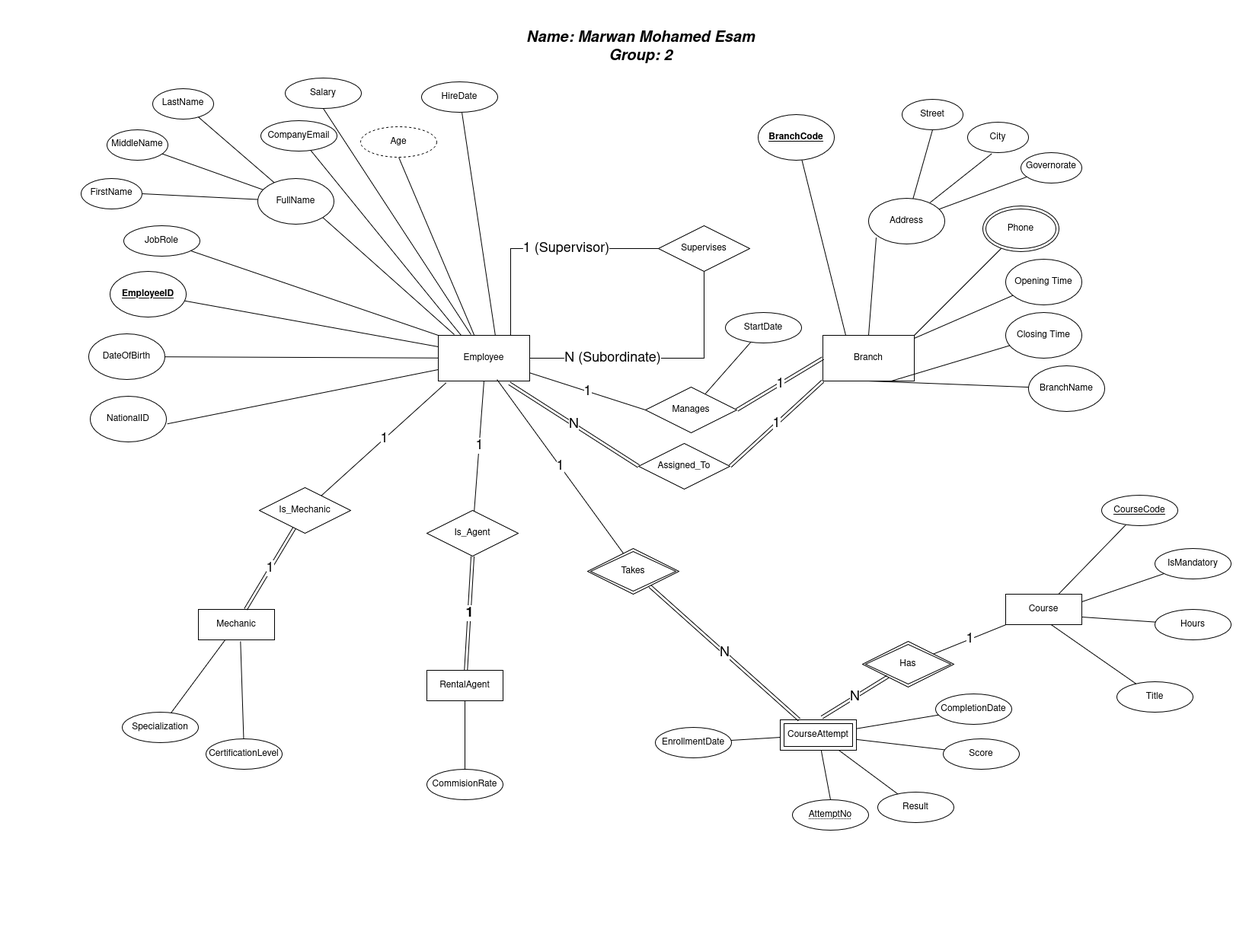
Above: exports/1-ERD-1-Staff.png in marwan-esam/marwan-esam-Database-Assignment-1 (draw.io), before the change. Source tidied: cells renumbered, new cells last; positions are measured from the earlier drawing's top-left corner, leaving out a move shared by most shapes.
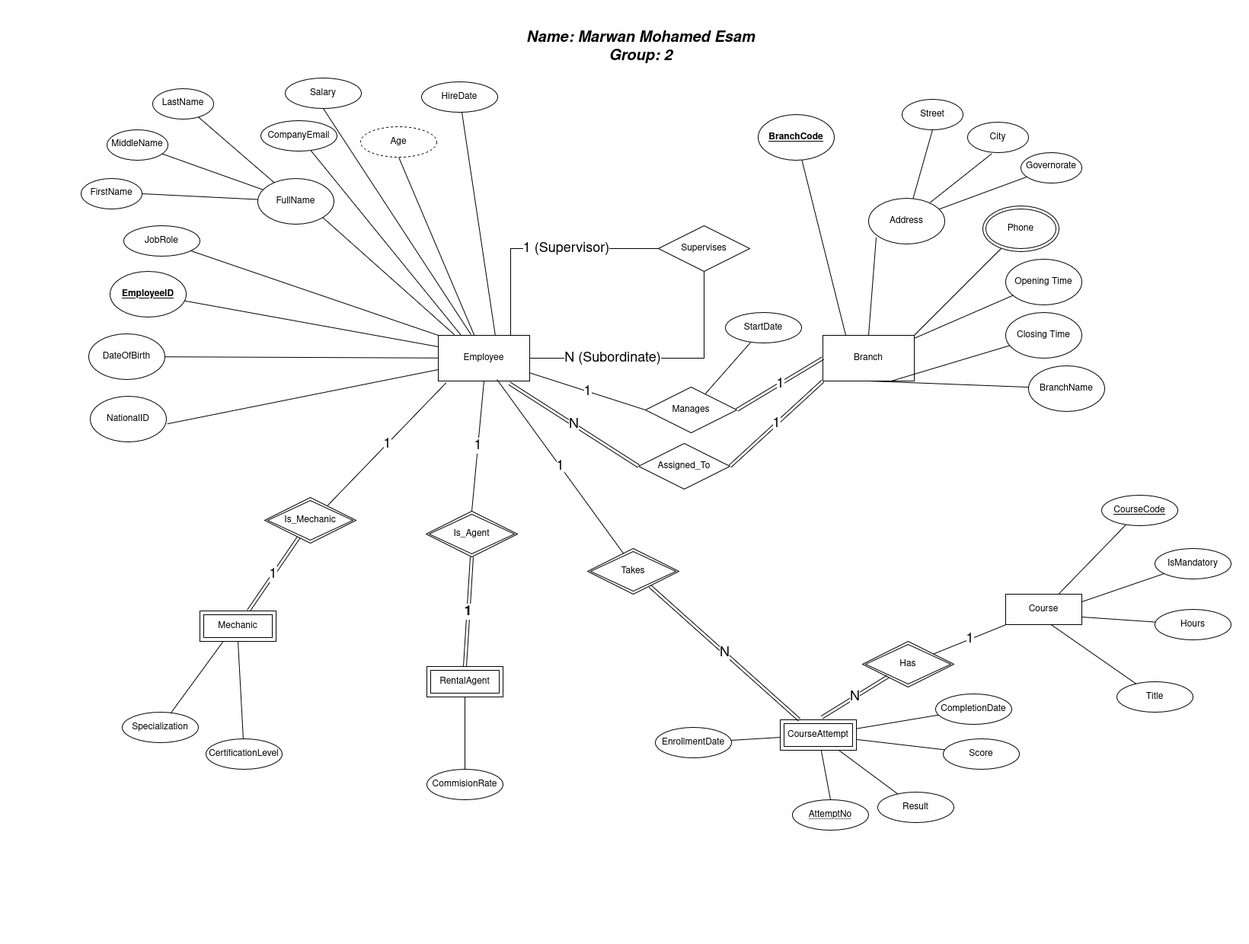
After the change.

Commit message:
erd: update staff ERD image

Diff of the diagram source:
```diff
@@ -144,24 +144,18 @@
     <mxCell id="47" style="rounded=0;jettySize=auto;html=1;entryX=0;entryY=0;entryDx=0;entryDy=0;defaultLabelBackgroundColor=page;endArrow=none;endFill=0;fontColor=default;" parent="1" edge="1" source="46" target="28">
       <mxGeometry relative="1" as="geometry" />
     </mxCell>
-    <mxCell id="48" style="rounded=0;jettySize=auto;html=1;defaultLabelBackgroundColor=page;endArrow=none;endFill=0;fontColor=default;" parent="1" edge="1" source="50" target="51">
+    <mxCell id="48" style="rounded=0;jettySize=auto;html=1;defaultLabelBackgroundColor=page;endArrow=none;endFill=0;fontColor=default;exitX=0.5;exitY=1;exitDx=0;exitDy=0;" parent="1" edge="1" source="50" target="51">
       <mxGeometry relative="1" as="geometry" />
     </mxCell>
-    <mxCell id="49" value="1" style="rounded=0;jettySize=auto;html=1;entryX=0.5;entryY=1;entryDx=0;entryDy=0;endArrow=none;endFill=0;shape=link;fontSize=18;fontStyle=1;labelBackgroundColor=default;fontColor=default;" parent="1" edge="1" source="50" target="53">
+    <mxCell id="49" value="1" style="rounded=0;jettySize=auto;html=1;entryX=0.5;entryY=1;entryDx=0;entryDy=0;endArrow=none;endFill=0;shape=link;fontSize=18;fontStyle=1;labelBackgroundColor=default;fontColor=default;exitX=0.5;exitY=0;exitDx=0;exitDy=0;" parent="1" edge="1" source="50" target="53">
       <mxGeometry relative="1" as="geometry" />
     </mxCell>
-    <mxCell id="50" value="&lt;div&gt;RentalAgent&lt;/div&gt;" style="whiteSpace=wrap;html=1;align=center;labelBackgroundColor=none;" parent="1" vertex="1">
-      <mxGeometry x="454" y="835" width="100" height="40" as="geometry" />
-    </mxCell>
     <mxCell id="51" value="&lt;div&gt;CommisionRate&lt;/div&gt;" style="ellipse;whiteSpace=wrap;html=1;align=center;labelBackgroundColor=none;" parent="1" vertex="1">
       <mxGeometry x="454" y="965" width="100" height="40" as="geometry" />
     </mxCell>
-    <mxCell id="52" value="1" style="rounded=0;jettySize=auto;html=1;entryX=0.5;entryY=1;entryDx=0;entryDy=0;endArrow=none;endFill=0;fontSize=18;labelBackgroundColor=default;fontColor=default;" parent="1" edge="1" source="53" target="28">
+    <mxCell id="52" value="1" style="rounded=0;jettySize=auto;html=1;entryX=0.5;entryY=1;entryDx=0;entryDy=0;endArrow=none;endFill=0;fontSize=18;labelBackgroundColor=default;fontColor=default;exitX=0.5;exitY=0;exitDx=0;exitDy=0;" parent="1" edge="1" source="53" target="28">
       <mxGeometry relative="1" as="geometry" />
     </mxCell>
-    <mxCell id="53" value="Is_Agent" style="shape=rhombus;perimeter=rhombusPerimeter;whiteSpace=wrap;html=1;align=center;labelBackgroundColor=none;" parent="1" vertex="1">
-      <mxGeometry x="454" y="625" width="120" height="60" as="geometry" />
-    </mxCell>
     <mxCell id="54" value="1" style="rounded=0;jettySize=auto;html=1;endArrow=none;endFill=0;fontSize=18;labelBackgroundColor=default;fontColor=default;" parent="1" edge="1" source="55" target="74">
       <mxGeometry relative="1" as="geometry" />
     </mxCell>
@@ -228,28 +222,22 @@
     <mxCell id="75" value="N" style="rounded=0;jettySize=auto;html=1;entryX=0.544;entryY=-0.072;entryDx=0;entryDy=0;entryPerimeter=0;endArrow=none;endFill=0;shape=link;fontSize=18;labelBackgroundColor=default;fontColor=default;" parent="1" edge="1" source="74" target="69">
       <mxGeometry relative="1" as="geometry" />
     </mxCell>
-    <mxCell id="76" style="rounded=0;jettySize=auto;html=1;defaultLabelBackgroundColor=page;endArrow=none;endFill=0;fontColor=default;" parent="1" edge="1" source="77" target="78">
+    <mxCell id="76" style="rounded=0;jettySize=auto;html=1;defaultLabelBackgroundColor=page;endArrow=none;endFill=0;fontColor=default;exitX=0.301;exitY=1.019;exitDx=0;exitDy=0;exitPerimeter=0;" parent="1" edge="1" source="77" target="78">
       <mxGeometry relative="1" as="geometry" />
     </mxCell>
-    <mxCell id="77" value="Mechanic" style="whiteSpace=wrap;html=1;align=center;labelBackgroundColor=none;" parent="1" vertex="1">
-      <mxGeometry x="154" y="755" width="100" height="40" as="geometry" />
-    </mxCell>
     <mxCell id="78" value="Specialization" style="ellipse;whiteSpace=wrap;html=1;align=center;labelBackgroundColor=none;" parent="1" vertex="1">
       <mxGeometry x="54" y="890" width="100" height="40" as="geometry" />
     </mxCell>
     <mxCell id="79" value="&lt;div&gt;CertificationLevel&lt;/div&gt;" style="ellipse;whiteSpace=wrap;html=1;align=center;labelBackgroundColor=none;" parent="1" vertex="1">
       <mxGeometry x="164" y="925" width="100" height="40" as="geometry" />
     </mxCell>
-    <mxCell id="80" style="rounded=0;jettySize=auto;html=1;entryX=0.553;entryY=1.055;entryDx=0;entryDy=0;entryPerimeter=0;defaultLabelBackgroundColor=page;endArrow=none;endFill=0;fontColor=default;" parent="1" edge="1" source="79" target="77">
+    <mxCell id="80" style="rounded=0;jettySize=auto;html=1;entryX=0.5;entryY=1;entryDx=0;entryDy=0;defaultLabelBackgroundColor=page;endArrow=none;endFill=0;fontColor=default;" parent="1" edge="1" source="79" target="77">
       <mxGeometry relative="1" as="geometry" />
     </mxCell>
     <mxCell id="81" value="1" style="rounded=0;jettySize=auto;html=1;endArrow=none;endFill=0;fontSize=18;labelBackgroundColor=default;shape=link;fontColor=default;" parent="1" edge="1" source="82" target="77">
       <mxGeometry relative="1" as="geometry" />
     </mxCell>
-    <mxCell id="82" value="Is_Mechanic" style="shape=rhombus;perimeter=rhombusPerimeter;whiteSpace=wrap;html=1;align=center;labelBackgroundColor=none;" parent="1" vertex="1">
-      <mxGeometry x="234" y="595" width="120" height="60" as="geometry" />
-    </mxCell>
-    <mxCell id="83" value="1" style="rounded=0;jettySize=auto;html=1;entryX=0.086;entryY=1.038;entryDx=0;entryDy=0;entryPerimeter=0;endArrow=none;endFill=0;fontSize=18;labelBackgroundColor=default;fontColor=default;fontStyle=0;" parent="1" edge="1" source="82" target="28">
+    <mxCell id="83" value="1" style="rounded=0;jettySize=auto;html=1;entryX=0.086;entryY=1.038;entryDx=0;entryDy=0;entryPerimeter=0;endArrow=none;endFill=0;fontSize=18;labelBackgroundColor=default;fontColor=default;fontStyle=0;exitX=0.69;exitY=0.174;exitDx=0;exitDy=0;exitPerimeter=0;" parent="1" edge="1" source="82" target="28">
       <mxGeometry relative="1" as="geometry" />
     </mxCell>
     <mxCell id="84" value="1" style="rounded=0;jettySize=auto;html=1;entryX=0;entryY=0.5;entryDx=0;entryDy=0;endArrow=none;endFill=0;fontSize=18;labelBackgroundColor=default;shape=link;exitX=1;exitY=0.5;exitDx=0;exitDy=0;fontColor=default;" parent="1" edge="1" source="86" target="5">
@@ -296,5 +284,17 @@
     <mxCell id="97" value="&lt;div&gt;Name: Marwan Mohamed Esam&lt;/div&gt;Group: 2" style="text;html=1;whiteSpace=wrap;strokeColor=none;fillColor=none;align=center;verticalAlign=middle;rounded=0;fontSize=20;fontStyle=3;labelPosition=center;verticalLabelPosition=middle;labelBackgroundColor=none;horizontal=1;" parent="1" vertex="1">
       <mxGeometry x="524" width="422" height="30" as="geometry" />
     </mxCell>
+    <mxCell id="82" value="Is_Mechanic" style="shape=rhombus;double=1;perimeter=rhombusPerimeter;whiteSpace=wrap;html=1;align=center;" parent="1" vertex="1">
+      <mxGeometry x="241" y="608" width="120" height="60" as="geometry" />
+    </mxCell>
+    <mxCell id="77" value="Mechanic" style="shape=ext;margin=3;double=1;whiteSpace=wrap;html=1;align=center;" parent="1" vertex="1">
+      <mxGeometry x="156" y="757" width="100" height="40" as="geometry" />
+    </mxCell>
+    <mxCell id="53" value="Is_Agent" style="shape=rhombus;double=1;perimeter=rhombusPerimeter;whiteSpace=wrap;html=1;align=center;" parent="1" vertex="1">
+      <mxGeometry x="453" y="626" width="120" height="60" as="geometry" />
+    </mxCell>
+    <mxCell id="50" value="RentalAgent" style="shape=ext;margin=3;double=1;whiteSpace=wrap;html=1;align=center;" parent="1" vertex="1">
+      <mxGeometry x="454" y="830" width="100" height="40" as="geometry" />
+    </mxCell>
   </root>
 </mxGraphModel>
```
